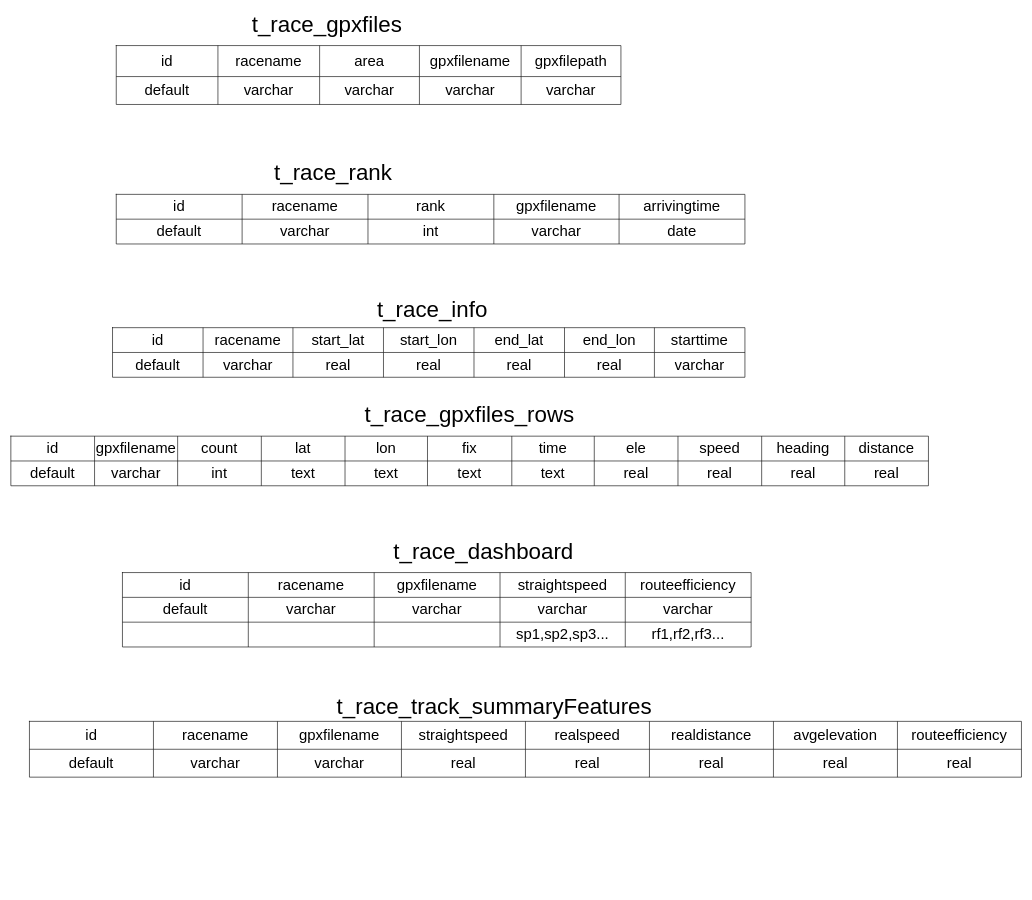
Earlier version of the draw.io diagram 比賽儀表盤資料庫設計.drawio (pengzhen80/PigeonRace). Source tidied: cells renumbered, new cells numbered last; positions are measured from the earlier drawing's top-left corner, leaving out a move shared by most shapes. Both pictures are drawn from the tidied source at 62%, with x=0, y=0 at pixel (11, 14).
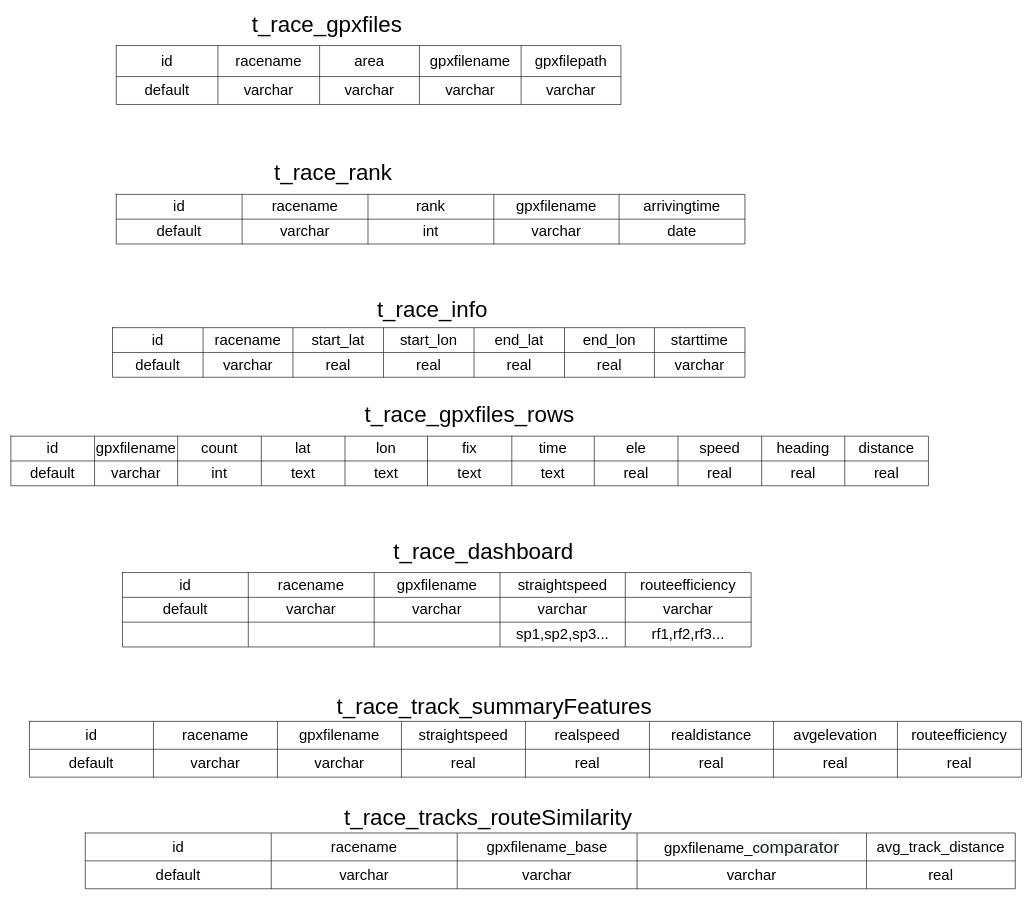
The same diagram, later.

Commit message:
更新比賽儀表盤資料庫設計.drawio

Change to the diagram source:
```diff
@@
+    <mxCell id="114" style="shape=table;startSize=0;childLayout=tableLayout;fontSize=24;" parent="1" vertex="1">
+      <mxGeometry x="120" y="1320" width="1500" height="90" as="geometry" />
+    </mxCell>
+    <mxCell id="115" style="shape=tableRow;horizontal=0;startSize=0;swimlaneHead=0;swimlaneBody=0;top=0;left=0;bottom=0;right=0;fillColor=none;fontSize=24;" parent="114" vertex="1">
+      <mxGeometry width="1500" height="45" as="geometry" />
+    </mxCell>
+    <mxCell id="116" value="id" style="shape=partialRectangle;html=1;whiteSpace=wrap;overflow=hidden;fillColor=none;top=0;left=0;bottom=0;right=0;fontSize=24;" parent="115" vertex="1">
+      <mxGeometry width="300" height="45" as="geometry" />
+    </mxCell>
+    <mxCell id="117" value="racename" style="shape=partialRectangle;html=1;whiteSpace=wrap;overflow=hidden;fillColor=none;top=0;left=0;bottom=0;right=0;fontSize=24;" parent="115" vertex="1">
+      <mxGeometry x="300" width="300" height="45" as="geometry" />
+    </mxCell>
+    <mxCell id="118" value="gpxfilename_base" style="shape=partialRectangle;html=1;whiteSpace=wrap;overflow=hidden;fillColor=none;top=0;left=0;bottom=0;right=0;fontSize=24;" parent="115" vertex="1">
+      <mxGeometry x="600" width="290" height="45" as="geometry" />
+    </mxCell>
+    <mxCell id="119" value="gpxfilename_c&lt;span style=&quot;background-color: rgb(248, 249, 250); color: rgb(32, 33, 36); font-family: inherit; font-size: 28px; text-align: left;&quot;&gt;omparator&lt;/span&gt;" style="shape=partialRectangle;html=1;whiteSpace=wrap;overflow=hidden;fillColor=none;top=0;left=0;bottom=0;right=0;fontSize=24;" parent="115" vertex="1">
+      <mxGeometry x="890" width="370" height="45" as="geometry" />
+    </mxCell>
+    <mxCell id="120" value="avg_track_distance" style="shape=partialRectangle;html=1;whiteSpace=wrap;overflow=hidden;fillColor=none;top=0;left=0;bottom=0;right=0;fontSize=24;" parent="115" vertex="1">
+      <mxGeometry x="1260" width="240" height="45" as="geometry" />
+    </mxCell>
+    <mxCell id="121" style="shape=tableRow;horizontal=0;startSize=0;swimlaneHead=0;swimlaneBody=0;top=0;left=0;bottom=0;right=0;fillColor=none;fontSize=24;" parent="114" vertex="1">
+      <mxGeometry y="45" width="1500" height="45" as="geometry" />
+    </mxCell>
+    <mxCell id="122" value="default" style="shape=partialRectangle;html=1;whiteSpace=wrap;overflow=hidden;fillColor=none;top=0;left=0;bottom=0;right=0;fontSize=24;" parent="121" vertex="1">
+      <mxGeometry width="300" height="45" as="geometry" />
+    </mxCell>
+    <mxCell id="123" value="varchar" style="shape=partialRectangle;html=1;whiteSpace=wrap;overflow=hidden;fillColor=none;top=0;left=0;bottom=0;right=0;fontSize=24;" parent="121" vertex="1">
+      <mxGeometry x="300" width="300" height="45" as="geometry" />
+    </mxCell>
+    <mxCell id="124" value="varchar" style="shape=partialRectangle;html=1;whiteSpace=wrap;overflow=hidden;fillColor=none;top=0;left=0;bottom=0;right=0;fontSize=24;" parent="121" vertex="1">
+      <mxGeometry x="600" width="290" height="45" as="geometry" />
+    </mxCell>
+    <mxCell id="125" value="varchar" style="shape=partialRectangle;html=1;whiteSpace=wrap;overflow=hidden;fillColor=none;top=0;left=0;bottom=0;right=0;fontSize=24;" parent="121" vertex="1">
+      <mxGeometry x="890" width="370" height="45" as="geometry" />
+    </mxCell>
+    <mxCell id="126" value="real" style="shape=partialRectangle;html=1;whiteSpace=wrap;overflow=hidden;fillColor=none;top=0;left=0;bottom=0;right=0;fontSize=24;" parent="121" vertex="1">
+      <mxGeometry x="1260" width="240" height="45" as="geometry" />
+    </mxCell>
+    <mxCell id="127" value="&lt;font style=&quot;font-size: 36px;&quot;&gt;t_race_tracks_routeSimilarity&lt;/font&gt;" style="text;html=1;strokeColor=none;fillColor=none;align=center;verticalAlign=middle;whiteSpace=wrap;rounded=0;" parent="1" vertex="1">
+      <mxGeometry x="480" y="1280" width="580" height="30" as="geometry" />
+    </mxCell>
```
